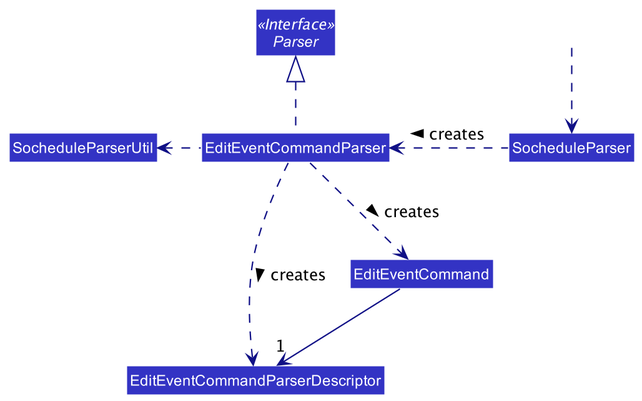
The PlantUML diagram docs/images/EditEventCommandClassDiagram.png in nus-cs2103-AY2021S2/tp, before a commit. Its diagram source:
```plantuml
@startuml
!include style.puml
skinparam arrowThickness 1.1
skinparam arrowColor LOGIC_COLOR_T4
skinparam classBackgroundColor LOGIC_COLOR

Interface Parser <<Interface>>
Class SocheduleParser
Class EditEventCommandParser
Class EditEventCommandParserDescriptor
Class SocheduleParserUtil
Class EditEventCommand

Class HiddenOutside #FFFFFF

HiddenOutside ..> SocheduleParser
SocheduleParser .left.> EditEventCommandParser: creates >

EditEventCommandParser ..> EditEventCommand : creates >
EditEventCommandParser .left.> SocheduleParserUtil
EditEventCommandParser ..> EditEventCommandParserDescriptor : creates >
EditEventCommandParser .up.|> Parser

EditEventCommand -->"1" EditEventCommandParserDescriptor

@enduml
```
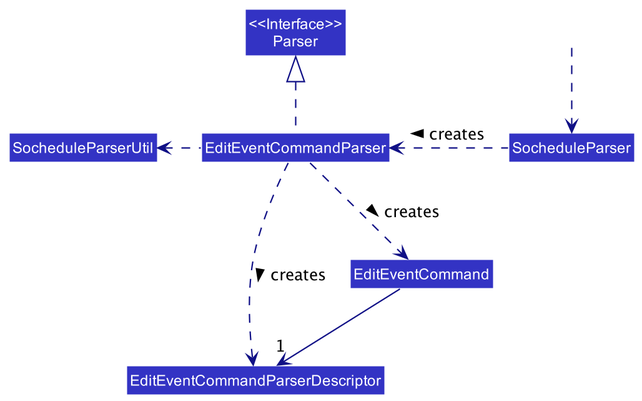
After the change.

The edit, as a diff of the source:
```diff
@@ -4,7 +4,8 @@
 skinparam arrowColor LOGIC_COLOR_T4
 skinparam classBackgroundColor LOGIC_COLOR
 
-Interface Parser <<Interface>>
+
+Class "<<Interface>>\nParser"
 Class SocheduleParser
 Class EditEventCommandParser
 Class EditEventCommandParserDescriptor
@@ -19,7 +20,7 @@
 EditEventCommandParser ..> EditEventCommand : creates >
 EditEventCommandParser .left.> SocheduleParserUtil
 EditEventCommandParser ..> EditEventCommandParserDescriptor : creates >
-EditEventCommandParser .up.|> Parser
+EditEventCommandParser .up.|> "<<Interface>>\nParser"
 
 EditEventCommand -->"1" EditEventCommandParserDescriptor
 
```
